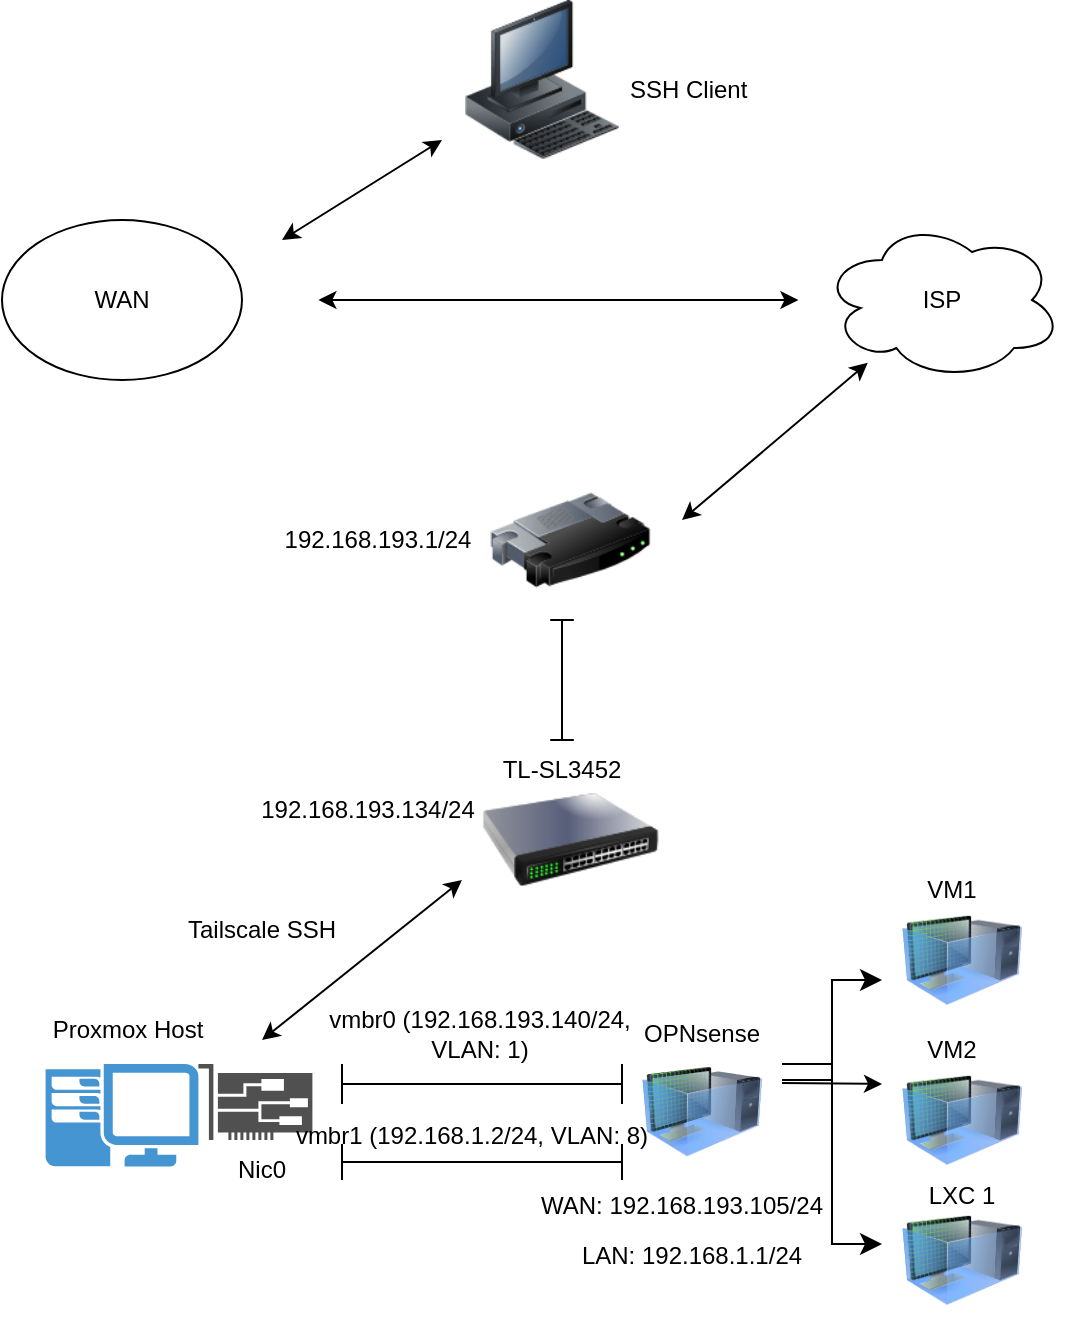
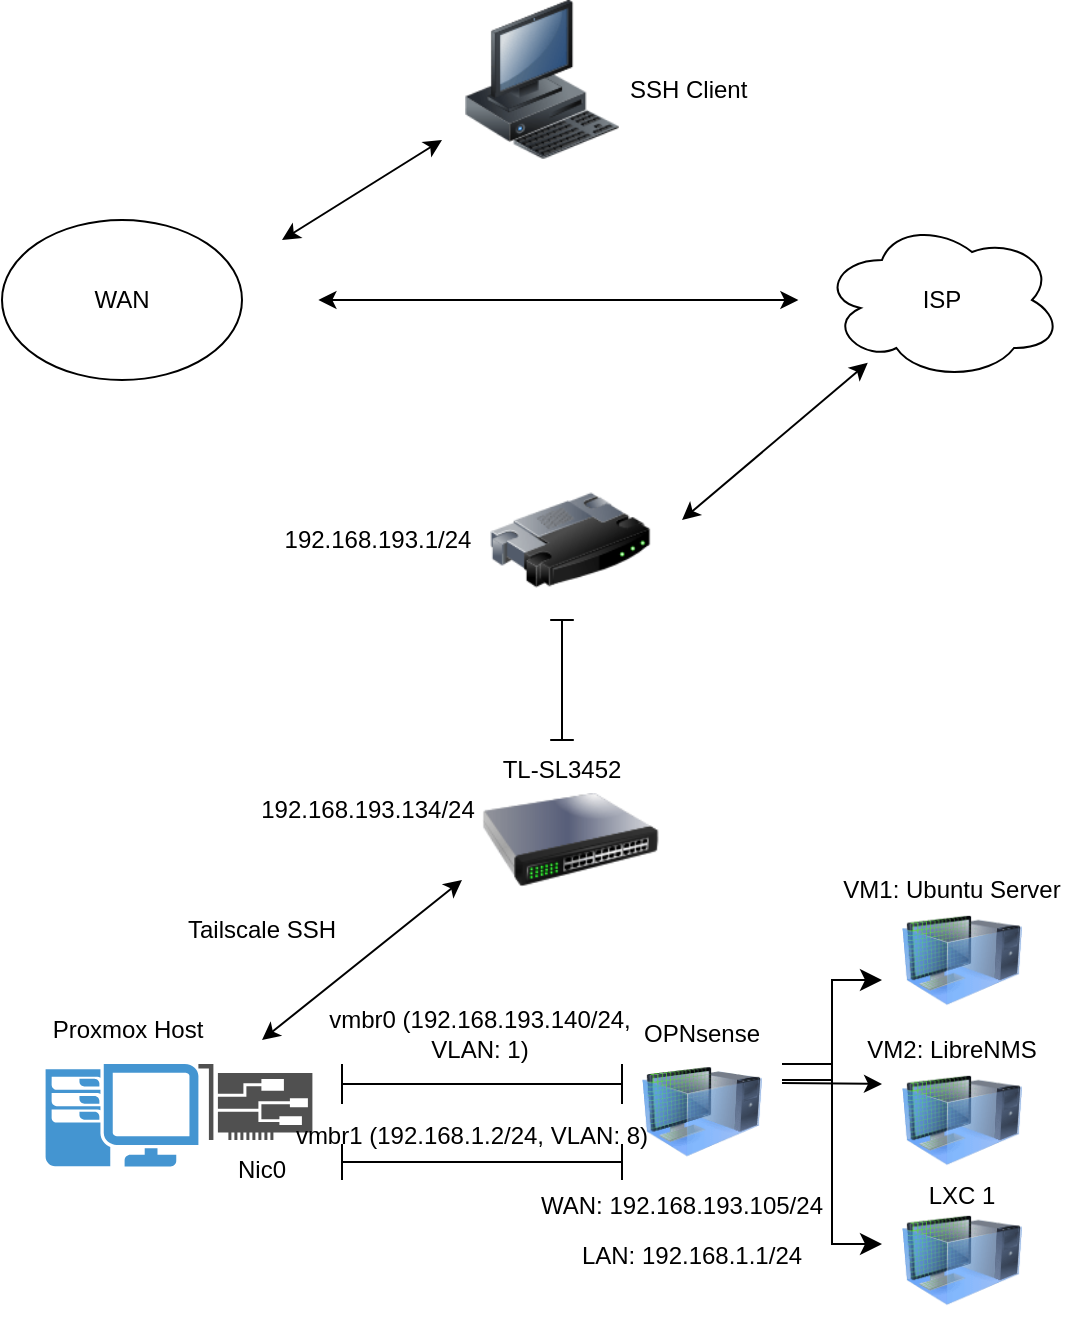
<mxfile host="app.diagrams.net">
  <diagram name="Page-1" id="zP4Ow8HyOkAsxJrq0pA5">
    <mxGraphModel dx="2054" dy="1183" grid="1" gridSize="10" guides="1" tooltips="1" connect="1" arrows="1" fold="1" page="1" pageScale="1" pageWidth="850" pageHeight="1100" math="0" shadow="0">
      <root>
        <mxCell id="0" />
        <mxCell id="1" parent="0" />
        <mxCell id="B65suDjGjgTJ9sO3S6Rg-1" parent="1" style="ellipse;whiteSpace=wrap;html=1;" value="WAN" vertex="1">
          <mxGeometry height="80" width="120" x="90" y="120" as="geometry" />
        </mxCell>
        <mxCell id="B65suDjGjgTJ9sO3S6Rg-2" parent="1" style="ellipse;shape=cloud;whiteSpace=wrap;html=1;" value="ISP" vertex="1">
          <mxGeometry height="80" width="120" x="500" y="120" as="geometry" />
        </mxCell>
        <mxCell id="B65suDjGjgTJ9sO3S6Rg-4" edge="1" parent="1" style="endArrow=classic;html=1;rounded=0;endFill=1;startArrow=classic;startFill=1;" value="">
          <mxGeometry height="50" relative="1" width="50" as="geometry">
            <mxPoint x="248.2" y="160" as="sourcePoint" />
            <mxPoint x="488.2" y="160" as="targetPoint" />
          </mxGeometry>
        </mxCell>
        <mxCell id="B65suDjGjgTJ9sO3S6Rg-5" parent="1" style="image;html=1;image=img/lib/clip_art/computers/Workstation_128x128.png" value="" vertex="1">
          <mxGeometry height="80" width="80" x="320" y="10" as="geometry" />
        </mxCell>
        <mxCell id="B65suDjGjgTJ9sO3S6Rg-6" parent="1" style="image;html=1;image=img/lib/clip_art/networking/Router_128x128.png" value="" vertex="1">
          <mxGeometry height="80" width="80" x="334.09999999999997" y="240" as="geometry" />
        </mxCell>
        <mxCell id="B65suDjGjgTJ9sO3S6Rg-7" parent="1" style="image;html=1;image=img/lib/clip_art/networking/Switch_128x128.png" value="" vertex="1">
          <mxGeometry height="80" width="88.2" x="330" y="390" as="geometry" />
        </mxCell>
        <mxCell id="B65suDjGjgTJ9sO3S6Rg-8" parent="1" style="pointerEvents=1;shadow=0;dashed=0;html=1;strokeColor=none;fillColor=#4495D1;labelPosition=center;verticalLabelPosition=bottom;verticalAlign=top;align=center;outlineConnect=0;shape=mxgraph.veeam.2d.workstation;" value="" vertex="1">
          <mxGeometry height="51.2" width="76.4" x="111.80000000000001" y="542" as="geometry" />
        </mxCell>
        <mxCell id="B65suDjGjgTJ9sO3S6Rg-9" parent="1" style="sketch=0;pointerEvents=1;shadow=0;dashed=0;html=1;strokeColor=none;fillColor=#505050;labelPosition=center;verticalLabelPosition=bottom;verticalAlign=top;outlineConnect=0;align=center;shape=mxgraph.office.devices.nic;" value="" vertex="1">
          <mxGeometry height="38" width="57" x="188.2" y="542" as="geometry" />
        </mxCell>
        <mxCell id="PM2nW5d5bkd0yUUsg2_K-1" parent="1" style="image;html=1;image=img/lib/clip_art/computers/Virtual_Machine_128x128.png" value="" vertex="1">
          <mxGeometry height="65" width="60" x="410" y="533.2" as="geometry" />
        </mxCell>
        <mxCell id="PM2nW5d5bkd0yUUsg2_K-2" parent="1" style="image;html=1;image=img/lib/clip_art/computers/Virtual_Machine_128x128.png" value="" vertex="1">
          <mxGeometry height="60" width="60" x="540" y="460" as="geometry" />
        </mxCell>
        <mxCell id="PM2nW5d5bkd0yUUsg2_K-3" parent="1" style="image;html=1;image=img/lib/clip_art/computers/Virtual_Machine_128x128.png" value="" vertex="1">
          <mxGeometry height="60" width="60" x="540" y="540" as="geometry" />
        </mxCell>
        <mxCell id="PM2nW5d5bkd0yUUsg2_K-4" parent="1" style="image;html=1;image=img/lib/clip_art/computers/Virtual_Machine_128x128.png" value="" vertex="1">
          <mxGeometry height="60" width="60" x="540" y="610" as="geometry" />
        </mxCell>
        <mxCell id="PM2nW5d5bkd0yUUsg2_K-5" parent="1" style="text;html=1;whiteSpace=wrap;strokeColor=none;fillColor=none;align=center;verticalAlign=middle;rounded=0;autosize=1;resizable=0;" value="TL-SL3452" vertex="1">
          <mxGeometry height="30" width="80" x="330" y="380" as="geometry" />
        </mxCell>
        <mxCell id="PM2nW5d5bkd0yUUsg2_K-6" parent="1" style="text;html=1;whiteSpace=wrap;strokeColor=none;fillColor=none;align=center;verticalAlign=middle;rounded=0;autosize=1;resizable=0;" value="192.168.193.134/24" vertex="1">
          <mxGeometry height="30" width="130" x="208.2" y="400" as="geometry" />
        </mxCell>
        <mxCell id="PM2nW5d5bkd0yUUsg2_K-7" parent="1" style="text;html=1;whiteSpace=wrap;strokeColor=none;fillColor=none;align=center;verticalAlign=middle;rounded=0;autosize=1;resizable=0;" value="Proxmox Host" vertex="1">
          <mxGeometry height="30" width="100" x="103.4" y="510" as="geometry" />
        </mxCell>
        <mxCell id="PM2nW5d5bkd0yUUsg2_K-8" edge="1" parent="1" style="endArrow=classic;html=1;rounded=0;endFill=1;startArrow=classic;startFill=1;" target="B65suDjGjgTJ9sO3S6Rg-2" value="">
          <mxGeometry height="50" relative="1" width="50" as="geometry">
            <mxPoint x="430" y="270" as="sourcePoint" />
            <mxPoint x="710" y="260" as="targetPoint" />
          </mxGeometry>
        </mxCell>
        <mxCell id="PM2nW5d5bkd0yUUsg2_K-9" parent="1" style="text;html=1;whiteSpace=wrap;strokeColor=none;fillColor=none;align=center;verticalAlign=middle;rounded=0;autosize=1;resizable=0;" value="192.168.193.1/24" vertex="1">
          <mxGeometry height="30" width="120" x="218.2" y="265" as="geometry" />
        </mxCell>
        <mxCell id="PM2nW5d5bkd0yUUsg2_K-10" parent="1" style="shape=crossbar;whiteSpace=wrap;html=1;rounded=1;direction=south;" value="" vertex="1">
          <mxGeometry height="60" width="11.8" x="364.09999999999997" y="320" as="geometry" />
        </mxCell>
        <mxCell id="PM2nW5d5bkd0yUUsg2_K-13" parent="1" style="shape=crossbar;whiteSpace=wrap;html=1;rounded=1;" value="" vertex="1">
          <mxGeometry height="20" width="140" x="260" y="542" as="geometry" />
        </mxCell>
        <mxCell id="PM2nW5d5bkd0yUUsg2_K-14" parent="1" style="shape=crossbar;whiteSpace=wrap;html=1;rounded=1;" value="" vertex="1">
          <mxGeometry height="18" width="140" x="260" y="582" as="geometry" />
        </mxCell>
        <mxCell id="PM2nW5d5bkd0yUUsg2_K-15" parent="1" style="text;html=1;whiteSpace=wrap;strokeColor=none;fillColor=none;align=center;verticalAlign=middle;rounded=0;autosize=1;resizable=0;" value="vmbr0 (192.168.193.140/24,&lt;br&gt;VLAN: 1)" vertex="1">
          <mxGeometry height="40" width="170" x="244.10000000000002" y="507" as="geometry" />
        </mxCell>
        <mxCell id="PM2nW5d5bkd0yUUsg2_K-16" parent="1" style="text;html=1;whiteSpace=wrap;strokeColor=none;fillColor=none;align=center;verticalAlign=middle;rounded=0;autosize=1;resizable=0;" value="vmbr1 (192.168.1.2/24, VLAN: 8)" vertex="1">
          <mxGeometry height="30" width="200" x="225.10000000000002" y="563.2" as="geometry" />
        </mxCell>
        <mxCell id="PM2nW5d5bkd0yUUsg2_K-17" parent="1" style="text;html=1;whiteSpace=wrap;strokeColor=none;fillColor=none;align=center;verticalAlign=middle;rounded=0;autosize=1;resizable=0;" value="Nic0" vertex="1">
          <mxGeometry height="30" width="50" x="195.20000000000002" y="580" as="geometry" />
        </mxCell>
        <mxCell id="PM2nW5d5bkd0yUUsg2_K-19" edge="1" parent="1" style="edgeStyle=elbowEdgeStyle;elbow=horizontal;endArrow=classic;html=1;curved=0;rounded=0;endSize=8;startSize=8;" value="">
          <mxGeometry height="50" relative="1" width="50" as="geometry">
            <Array as="points">
              <mxPoint x="505" y="542" />
            </Array>
            <mxPoint x="480" y="550" as="sourcePoint" />
            <mxPoint x="530" y="500" as="targetPoint" />
          </mxGeometry>
        </mxCell>
        <mxCell id="PM2nW5d5bkd0yUUsg2_K-21" edge="1" parent="1" style="endArrow=classic;html=1;rounded=0;" value="">
          <mxGeometry height="50" relative="1" width="50" as="geometry">
            <mxPoint x="480" y="551.5" as="sourcePoint" />
            <mxPoint x="530" y="552" as="targetPoint" />
          </mxGeometry>
        </mxCell>
        <mxCell id="PM2nW5d5bkd0yUUsg2_K-22" edge="1" parent="1" style="edgeStyle=elbowEdgeStyle;elbow=horizontal;endArrow=classic;html=1;curved=0;rounded=0;endSize=8;startSize=8;" value="">
          <mxGeometry height="50" relative="1" width="50" as="geometry">
            <Array as="points" />
            <mxPoint x="480" y="542" as="sourcePoint" />
            <mxPoint x="530" y="632" as="targetPoint" />
          </mxGeometry>
        </mxCell>
-         <mxCell id="PM2nW5d5bkd0yUUsg2_K-24" parent="1" style="text;html=1;whiteSpace=wrap;strokeColor=none;fillColor=none;align=center;verticalAlign=middle;rounded=0;autosize=1;resizable=0;" value="VM1" vertex="1">
-           <mxGeometry height="30" width="50" x="540" y="440" as="geometry" />
+         <mxCell id="PM2nW5d5bkd0yUUsg2_K-24" parent="1" style="text;html=1;whiteSpace=wrap;strokeColor=none;fillColor=none;align=center;verticalAlign=middle;rounded=0;autosize=1;resizable=0;" value="VM1: Ubuntu Server" vertex="1">
+           <mxGeometry height="30" width="130" x="500" y="440" as="geometry" />
        </mxCell>
        <mxCell id="PM2nW5d5bkd0yUUsg2_K-26" parent="1" style="text;html=1;whiteSpace=wrap;strokeColor=none;fillColor=none;align=center;verticalAlign=middle;rounded=0;autosize=1;resizable=0;" value="LXC 1" vertex="1">
          <mxGeometry height="30" width="60" x="540" y="593.2" as="geometry" />
        </mxCell>
-         <mxCell id="PM2nW5d5bkd0yUUsg2_K-27" parent="1" style="text;html=1;whiteSpace=wrap;strokeColor=none;fillColor=none;align=center;verticalAlign=middle;rounded=0;autosize=1;resizable=0;" value="VM2" vertex="1">
-           <mxGeometry height="30" width="50" x="540" y="520" as="geometry" />
+         <mxCell id="PM2nW5d5bkd0yUUsg2_K-27" parent="1" style="text;html=1;whiteSpace=wrap;strokeColor=none;fillColor=none;align=center;verticalAlign=middle;rounded=0;autosize=1;resizable=0;" value="VM2: LibreNMS" vertex="1">
+           <mxGeometry height="30" width="110" x="510" y="520" as="geometry" />
        </mxCell>
        <mxCell id="PM2nW5d5bkd0yUUsg2_K-28" parent="1" style="text;html=1;whiteSpace=wrap;strokeColor=none;fillColor=none;align=center;verticalAlign=middle;rounded=0;autosize=1;resizable=0;" value="SSH Client&amp;nbsp;" vertex="1">
          <mxGeometry height="30" width="90" x="390" y="40" as="geometry" />
        </mxCell>
        <mxCell id="PM2nW5d5bkd0yUUsg2_K-30" edge="1" parent="1" style="endArrow=classic;startArrow=classic;html=1;rounded=0;" value="">
          <mxGeometry height="50" relative="1" width="50" as="geometry">
            <Array as="points" />
            <mxPoint x="230" y="130" as="sourcePoint" />
            <mxPoint x="310" y="80" as="targetPoint" />
          </mxGeometry>
        </mxCell>
        <mxCell id="kem1zRPGPsAIqGzyxt5z-1" parent="1" style="text;html=1;whiteSpace=wrap;strokeColor=none;fillColor=none;align=center;verticalAlign=middle;rounded=0;autosize=1;resizable=0;" value="OPNsense" vertex="1">
          <mxGeometry height="30" width="80" x="400" y="512" as="geometry" />
        </mxCell>
        <mxCell id="kem1zRPGPsAIqGzyxt5z-2" parent="1" style="text;html=1;whiteSpace=wrap;strokeColor=none;fillColor=none;align=center;verticalAlign=middle;rounded=0;autosize=1;resizable=0;" value="WAN: 192.168.193.105/24" vertex="1">
          <mxGeometry height="30" width="160" x="350" y="598.2" as="geometry" />
        </mxCell>
        <mxCell id="kem1zRPGPsAIqGzyxt5z-3" parent="1" style="text;html=1;whiteSpace=wrap;strokeColor=none;fillColor=none;align=center;verticalAlign=middle;rounded=0;autosize=1;resizable=0;" value="LAN: 192.168.1.1/24" vertex="1">
          <mxGeometry height="30" width="130" x="370" y="623.2" as="geometry" />
        </mxCell>
        <mxCell id="kem1zRPGPsAIqGzyxt5z-8" edge="1" parent="1" style="endArrow=classic;html=1;rounded=0;startArrow=classic;startFill=1;endFill=1;" value="">
          <mxGeometry height="50" relative="1" width="50" as="geometry">
            <mxPoint x="220" y="530" as="sourcePoint" />
            <mxPoint x="320" y="450" as="targetPoint" />
          </mxGeometry>
        </mxCell>
        <mxCell id="kem1zRPGPsAIqGzyxt5z-9" parent="1" style="text;html=1;whiteSpace=wrap;strokeColor=none;fillColor=none;align=center;verticalAlign=middle;rounded=0;autosize=1;resizable=0;" value="Tailscale SSH" vertex="1">
          <mxGeometry height="30" width="100" x="170.2" y="460" as="geometry" />
        </mxCell>
      </root>
    </mxGraphModel>
  </diagram>
</mxfile>
